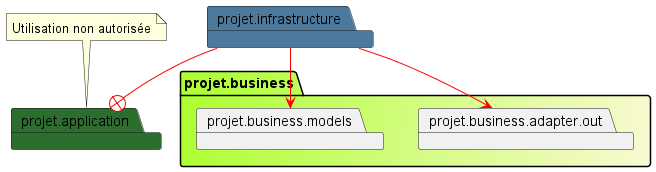
This is images/dia_dep_infrastructure.png from stef38-code/structureProjet, a PlantUML export, as it was before one commit. Source of this version:
```plantuml
@startuml

package projet.business #GreenYellow/LightGoldenRodYellow {
package projet.business.adapter.out
package projet.business.models
}
package projet.application #2C6E2E {

}
package projet.infrastructure #4C799C {

}
projet.infrastructure -[#red]-> projet.business.adapter.out
projet.infrastructure -[#red]-> projet.business.models
projet.infrastructure -[#red]-+ projet.application
note top of projet.application
Utilisation non autorisée
end note
@enduml
```
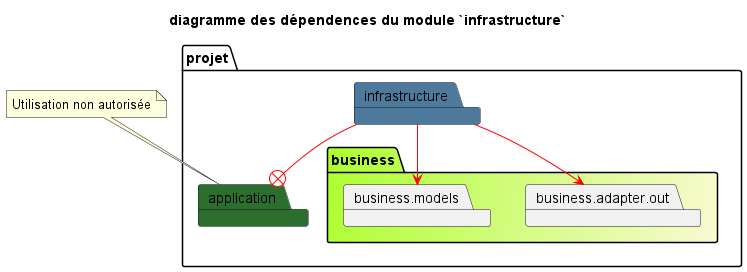
After the change.

Change to the diagram source:
```diff
@@ -1,19 +1,21 @@
 @startuml
-
-package projet.business #GreenYellow/LightGoldenRodYellow {
-package projet.business.adapter.out
-package projet.business.models
+title diagramme des dépendences du module `infrastructure`
+package projet{
+package business #GreenYellow/LightGoldenRodYellow {
+package business.adapter.out
+package business.models
 }
-package projet.application #2C6E2E {
+package application #2C6E2E {
 
 }
-package projet.infrastructure #4C799C {
+package infrastructure #4C799C {
 
 }
-projet.infrastructure -[#red]-> projet.business.adapter.out
-projet.infrastructure -[#red]-> projet.business.models
-projet.infrastructure -[#red]-+ projet.application
-note top of projet.application
+}
+infrastructure -[#red]-> business.adapter.out
+infrastructure -[#red]-> business.models
+infrastructure -[#red]-+ application
+note top of application
 Utilisation non autorisée
 end note
 @enduml
```
